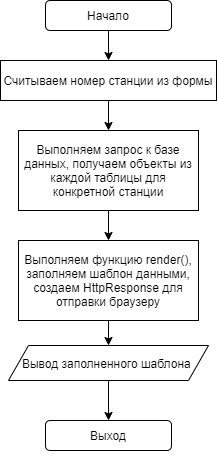
Earlier version of the draw.io export Numb.png (Sofya99/Diplom). Source tidied: cells renumbered, new cells last; positions are measured from the earlier drawing's top-left corner, leaving out a move shared by most shapes. Source of this version:
```xml
<mxGraphModel>
  <root>
    <mxCell id="0" />
    <mxCell id="1" parent="0" />
    <mxCell id="2" value="Начало" style="rounded=1;whiteSpace=wrap;html=1;" parent="1" vertex="1">
      <mxGeometry x="45" width="126" height="30" as="geometry" />
    </mxCell>
    <mxCell id="3" value="Считываем номер станции из формы" style="rounded=0;whiteSpace=wrap;html=1;" parent="1" vertex="1">
      <mxGeometry y="60" width="216" height="40" as="geometry" />
    </mxCell>
    <mxCell id="4" value="Выход" style="rounded=1;whiteSpace=wrap;html=1;" parent="1" vertex="1">
      <mxGeometry x="45" y="420" width="126" height="30" as="geometry" />
    </mxCell>
    <mxCell id="5" style="endArrow=classic;html=1;exitX=0.5;exitY=1;exitDx=0;exitDy=0;" parent="1" edge="1" source="2">
      <mxGeometry relative="1" as="geometry">
        <mxPoint x="108" y="60" as="targetPoint" />
      </mxGeometry>
    </mxCell>
    <mxCell id="6" style="edgeStyle=orthogonalEdgeStyle;rounded=0;jettySize=auto;html=1;exitX=0.5;exitY=1;exitDx=0;exitDy=0;entryX=0.5;entryY=0;entryDx=0;entryDy=0;" parent="1" edge="1" source="7" target="10">
      <mxGeometry relative="1" as="geometry" />
    </mxCell>
    <mxCell id="7" value="Выполняем запрос к базе данных, получаем объекты из каждой таблицы для конкретной станции" style="rounded=0;whiteSpace=wrap;html=1;" parent="1" vertex="1">
      <mxGeometry x="18" y="130" width="180" height="80" as="geometry" />
    </mxCell>
    <mxCell id="8" style="endArrow=classic;html=1;exitX=0.5;exitY=1;exitDx=0;exitDy=0;entryX=0.5;entryY=0;entryDx=0;entryDy=0;" parent="1" edge="1" source="3" target="7">
      <mxGeometry relative="1" as="geometry" />
    </mxCell>
    <mxCell id="9" style="edgeStyle=orthogonalEdgeStyle;rounded=0;jettySize=auto;html=1;exitX=0.5;exitY=1;exitDx=0;exitDy=0;entryX=0.5;entryY=0;entryDx=0;entryDy=0;" parent="1" edge="1" source="10" target="12">
      <mxGeometry relative="1" as="geometry" />
    </mxCell>
    <mxCell id="10" value="Выполняем функцию render(), заполняем шаблон данными, создаем HttpResponse для отправки браузеру" style="rounded=0;whiteSpace=wrap;html=1;" parent="1" vertex="1">
      <mxGeometry x="18" y="240" width="180" height="80" as="geometry" />
    </mxCell>
    <mxCell id="11" style="edgeStyle=orthogonalEdgeStyle;rounded=0;jettySize=auto;html=1;exitX=0.5;exitY=1;exitDx=0;exitDy=0;entryX=0.5;entryY=0;entryDx=0;entryDy=0;" parent="1" edge="1" source="12" target="4">
      <mxGeometry relative="1" as="geometry" />
    </mxCell>
    <mxCell id="12" value="Вывод заполненного шаблона&amp;nbsp;" style="shape=parallelogram;perimeter=parallelogramPerimeter;whiteSpace=wrap;html=1;fixedSize=1;" parent="1" vertex="1">
      <mxGeometry x="8" y="345" width="200" height="35" as="geometry" />
    </mxCell>
    <mxCell id="13" style="edgeStyle=orthogonalEdgeStyle;rounded=0;orthogonalLoop=1;jettySize=auto;html=1;exitX=0.5;exitY=1;exitDx=0;exitDy=0;" parent="1" edge="1" source="4" target="4">
      <mxGeometry relative="1" as="geometry" />
    </mxCell>
  </root>
</mxGraphModel>
```
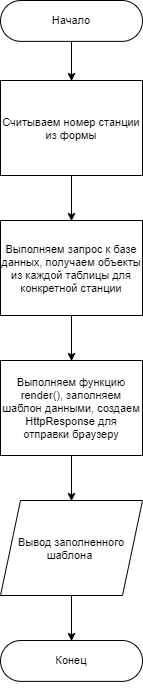
Later version of the same file.

Change to the diagram source:
```diff
@@ -2,42 +2,40 @@
   <root>
     <mxCell id="0" />
     <mxCell id="1" parent="0" />
+    <mxCell id="14" style="edgeStyle=orthogonalEdgeStyle;rounded=0;jettySize=auto;html=1;exitX=0.5;exitY=1;exitDx=0;exitDy=0;entryX=0.5;entryY=0;entryDx=0;entryDy=0;fontSize=11;strokeWidth=0.5;" parent="1" edge="1" source="2" target="3">
+      <mxGeometry relative="1" as="geometry" />
+    </mxCell>
-    <mxCell id="2" value="Начало" style="rounded=1;whiteSpace=wrap;html=1;" parent="1" vertex="1">
-      <mxGeometry x="45" width="126" height="30" as="geometry" />
+    <mxCell id="2" value="Начало" style="rounded=1;whiteSpace=wrap;html=1;fontSize=11;strokeWidth=0.5;arcSize=50;" parent="1" vertex="1">
+      <mxGeometry x="45" y="-20" width="142" height="40.9" as="geometry" />
     </mxCell>
+    <mxCell id="8" style="edgeStyle=orthogonalEdgeStyle;rounded=0;jettySize=auto;html=1;exitX=0.5;exitY=1;exitDx=0;exitDy=0;entryX=0.5;entryY=0;entryDx=0;entryDy=0;fontSize=11;strokeWidth=0.5;" parent="1" edge="1" source="3" target="7">
+      <mxGeometry relative="1" as="geometry" />
+    </mxCell>
-    <mxCell id="3" value="Считываем номер станции из формы" style="rounded=0;whiteSpace=wrap;html=1;" parent="1" vertex="1">
-      <mxGeometry y="60" width="216" height="40" as="geometry" />
+    <mxCell id="3" value="Считываем номер станции из формы" style="rounded=0;whiteSpace=wrap;html=1;fontSize=11;strokeWidth=0.5;" parent="1" vertex="1">
+      <mxGeometry x="45" y="60" width="142" height="95" as="geometry" />
     </mxCell>
-    <mxCell id="4" value="Выход" style="rounded=1;whiteSpace=wrap;html=1;" parent="1" vertex="1">
-      <mxGeometry x="45" y="420" width="126" height="30" as="geometry" />
+    <mxCell id="4" value="Конец" style="rounded=1;whiteSpace=wrap;html=1;fontSize=11;strokeWidth=0.5;arcSize=50;" parent="1" vertex="1">
+      <mxGeometry x="45" y="620" width="142" height="40.9" as="geometry" />
     </mxCell>
-    <mxCell id="5" style="endArrow=classic;html=1;exitX=0.5;exitY=1;exitDx=0;exitDy=0;" parent="1" edge="1" source="2">
-      <mxGeometry relative="1" as="geometry">
-        <mxPoint x="108" y="60" as="targetPoint" />
-      </mxGeometry>
-    </mxCell>
-    <mxCell id="6" style="edgeStyle=orthogonalEdgeStyle;rounded=0;jettySize=auto;html=1;exitX=0.5;exitY=1;exitDx=0;exitDy=0;entryX=0.5;entryY=0;entryDx=0;entryDy=0;" parent="1" edge="1" source="7" target="10">
+    <mxCell id="6" style="edgeStyle=orthogonalEdgeStyle;rounded=0;jettySize=auto;html=1;exitX=0.5;exitY=1;exitDx=0;exitDy=0;entryX=0.5;entryY=0;entryDx=0;entryDy=0;fontSize=11;strokeWidth=0.5;" parent="1" edge="1" source="7" target="10">
       <mxGeometry relative="1" as="geometry" />
     </mxCell>
-    <mxCell id="7" value="Выполняем запрос к базе данных, получаем объекты из каждой таблицы для конкретной станции" style="rounded=0;whiteSpace=wrap;html=1;" parent="1" vertex="1">
-      <mxGeometry x="18" y="130" width="180" height="80" as="geometry" />
+    <mxCell id="7" value="Выполняем запрос к базе данных, получаем объекты из каждой таблицы для конкретной станции" style="rounded=0;whiteSpace=wrap;html=1;fontSize=11;strokeWidth=0.5;" parent="1" vertex="1">
+      <mxGeometry x="45" y="200" width="142" height="95" as="geometry" />
     </mxCell>
-    <mxCell id="8" style="endArrow=classic;html=1;exitX=0.5;exitY=1;exitDx=0;exitDy=0;entryX=0.5;entryY=0;entryDx=0;entryDy=0;" parent="1" edge="1" source="3" target="7">
-      <mxGeometry relative="1" as="geometry" />
-    </mxCell>
-    <mxCell id="9" style="edgeStyle=orthogonalEdgeStyle;rounded=0;jettySize=auto;html=1;exitX=0.5;exitY=1;exitDx=0;exitDy=0;entryX=0.5;entryY=0;entryDx=0;entryDy=0;" parent="1" edge="1" source="10" target="12">
+    <mxCell id="9" style="edgeStyle=orthogonalEdgeStyle;rounded=0;jettySize=auto;html=1;exitX=0.5;exitY=1;exitDx=0;exitDy=0;entryX=0.5;entryY=0;entryDx=0;entryDy=0;fontSize=11;strokeWidth=0.5;" parent="1" edge="1" source="10" target="12">
       <mxGeometry relative="1" as="geometry" />
     </mxCell>
-    <mxCell id="10" value="Выполняем функцию render(), заполняем шаблон данными, создаем HttpResponse для отправки браузеру" style="rounded=0;whiteSpace=wrap;html=1;" parent="1" vertex="1">
-      <mxGeometry x="18" y="240" width="180" height="80" as="geometry" />
+    <mxCell id="10" value="Выполняем функцию render(), заполняем шаблон данными, создаем HttpResponse для отправки браузеру" style="rounded=0;whiteSpace=wrap;html=1;fontSize=11;strokeWidth=0.5;" parent="1" vertex="1">
+      <mxGeometry x="45" y="340" width="142" height="95" as="geometry" />
     </mxCell>
-    <mxCell id="11" style="edgeStyle=orthogonalEdgeStyle;rounded=0;jettySize=auto;html=1;exitX=0.5;exitY=1;exitDx=0;exitDy=0;entryX=0.5;entryY=0;entryDx=0;entryDy=0;" parent="1" edge="1" source="12" target="4">
+    <mxCell id="11" style="edgeStyle=orthogonalEdgeStyle;rounded=0;jettySize=auto;html=1;exitX=0.5;exitY=1;exitDx=0;exitDy=0;entryX=0.5;entryY=0;entryDx=0;entryDy=0;fontSize=11;strokeWidth=0.5;" parent="1" edge="1" source="12" target="4">
       <mxGeometry relative="1" as="geometry" />
     </mxCell>
-    <mxCell id="12" value="Вывод заполненного шаблона&amp;nbsp;" style="shape=parallelogram;perimeter=parallelogramPerimeter;whiteSpace=wrap;html=1;fixedSize=1;" parent="1" vertex="1">
-      <mxGeometry x="8" y="345" width="200" height="35" as="geometry" />
+    <mxCell id="12" value="Вывод заполненного шаблона&amp;nbsp;" style="shape=parallelogram;perimeter=parallelogramPerimeter;whiteSpace=wrap;html=1;fixedSize=1;fontSize=11;strokeWidth=0.5;" parent="1" vertex="1">
+      <mxGeometry x="45" y="480" width="142" height="95" as="geometry" />
     </mxCell>
-    <mxCell id="13" style="edgeStyle=orthogonalEdgeStyle;rounded=0;orthogonalLoop=1;jettySize=auto;html=1;exitX=0.5;exitY=1;exitDx=0;exitDy=0;" parent="1" edge="1" source="4" target="4">
+    <mxCell id="13" style="edgeStyle=orthogonalEdgeStyle;rounded=0;orthogonalLoop=1;jettySize=auto;html=1;exitX=0.5;exitY=1;exitDx=0;exitDy=0;fontSize=11;strokeWidth=0.5;" parent="1" edge="1" source="4" target="4">
       <mxGeometry relative="1" as="geometry" />
     </mxCell>
   </root>
```
